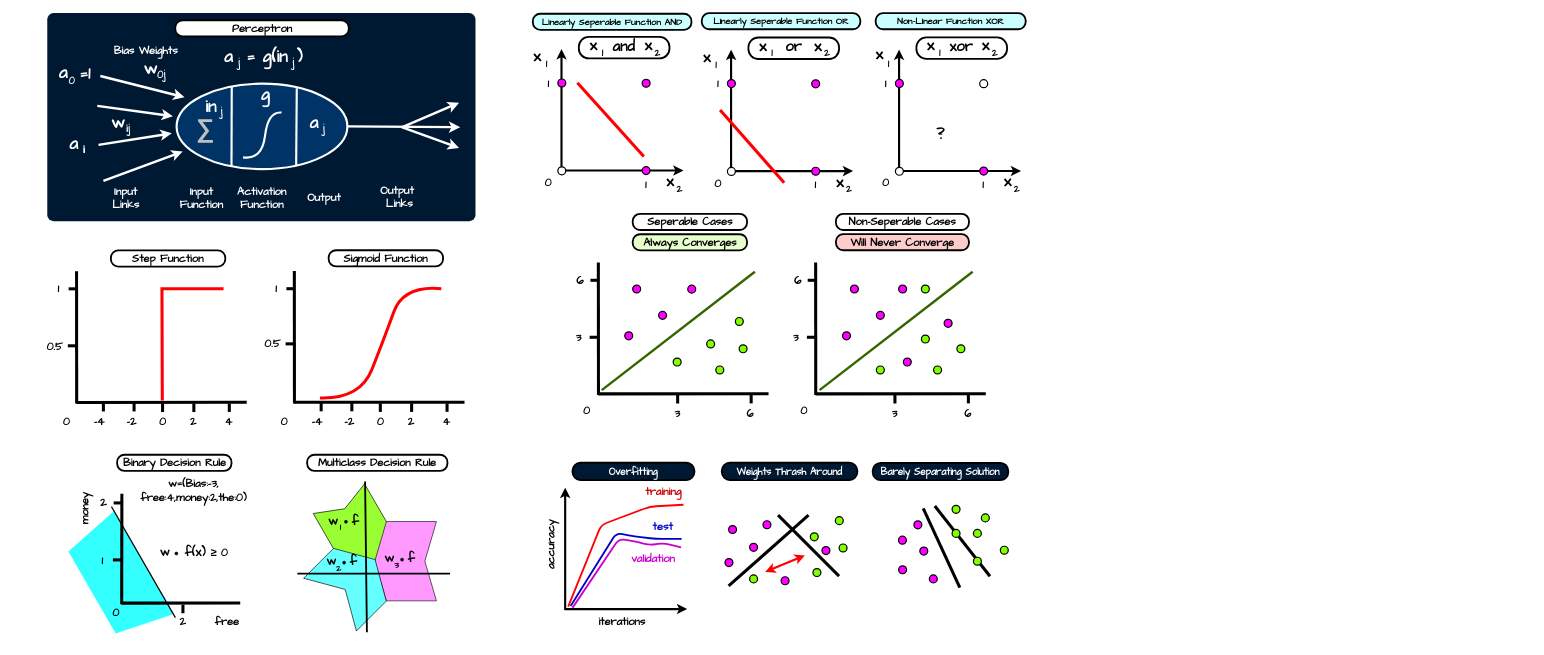
Above: Computer Science/Fundamentals of Artificial Intelligence/Module 06 Artificial Neural Networks/resources/Drawings.drawio in ByteToBits/CompScience (draw.io), before the change. Source tidied: cells renumbered, new cells numbered last; positions are measured from the earlier drawing's top-left corner, leaving out a move shared by most shapes. Both pictures are drawn from the tidied source at 61%, with x=0, y=0 at pixel (10, 13).
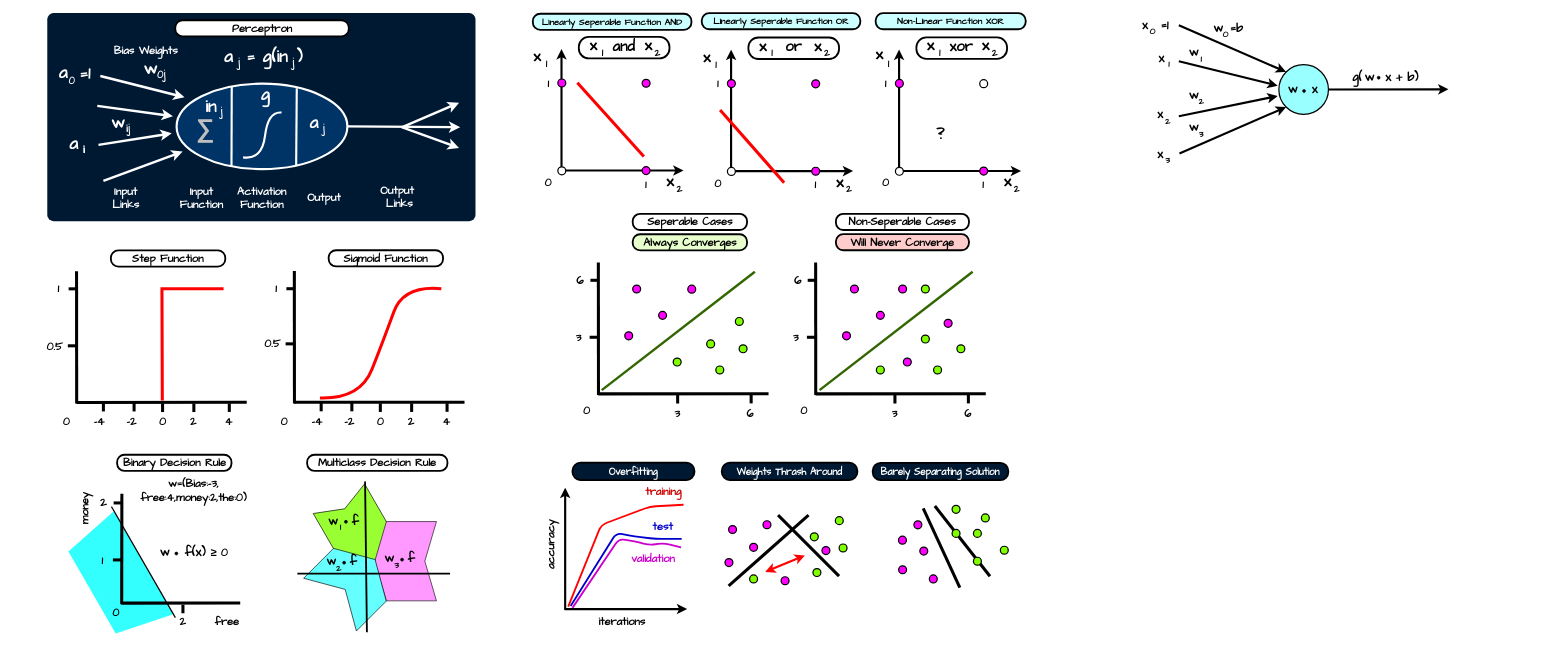
The same page after the edit.

Commit message (it also covers changes not shown here):
Artificial Neural Networks: Perceptron Work Example

The edit, as a diff of the source:
```diff
@@
+    <mxCell id="296" style="ellipse;whiteSpace=wrap;html=1;strokeWidth=2;fillColor=#99FFFF;" parent="1" vertex="1">
+      <mxGeometry x="2080" y="84.6" width="81.3" height="81.3" as="geometry" />
+    </mxCell>
+    <mxCell id="297" value="&lt;font style=&quot;font-size: 20px;&quot; face=&quot;Comic Sans MS&quot;&gt;&lt;b style=&quot;&quot;&gt;w&lt;/b&gt;&lt;/font&gt;" style="rounded=1;whiteSpace=wrap;html=1;fillColor=none;strokeColor=none;fontColor=#000000;arcSize=18;fontSize=18;" parent="1" vertex="1">
+      <mxGeometry x="2087.6" y="110.8" width="30" height="29" as="geometry" />
+    </mxCell>
+    <mxCell id="298" style="ellipse;whiteSpace=wrap;html=1;fillColor=#000000;" parent="1" vertex="1">
+      <mxGeometry x="2118.9" y="125.3" width="4.8" height="4.9" as="geometry" />
+    </mxCell>
+    <mxCell id="299" value="&lt;font face=&quot;Comic Sans MS&quot;&gt;&lt;b&gt;&lt;font style=&quot;font-size: 20px;&quot;&gt;x&lt;/font&gt;&lt;/b&gt;&lt;/font&gt;" style="rounded=1;whiteSpace=wrap;html=1;fillColor=none;strokeColor=none;fontColor=#000000;arcSize=18;fontSize=18;" parent="1" vertex="1">
+      <mxGeometry x="2123.6" y="110.8" width="30" height="29" as="geometry" />
+    </mxCell>
+    <mxCell id="300" style="endArrow=classic;html=1;rounded=0;strokeWidth=3.5;strokeColor=#000000;endFill=1;exitX=1;exitY=0.5;exitDx=0;exitDy=0;" parent="1" edge="1" source="296">
+      <mxGeometry relative="1" as="geometry">
+        <mxPoint x="2358" y="125" as="targetPoint" />
+      </mxGeometry>
+    </mxCell>
+    <mxCell id="301" style="endArrow=classic;html=1;rounded=0;strokeWidth=3.5;strokeColor=#000000;endFill=1;entryX=0;entryY=0;entryDx=0;entryDy=0;" parent="1" edge="1" target="296">
+      <mxGeometry relative="1" as="geometry">
+        <mxPoint x="1916" y="20" as="sourcePoint" />
+      </mxGeometry>
+    </mxCell>
+    <mxCell id="302" style="endArrow=classic;html=1;rounded=0;strokeWidth=3.5;strokeColor=#000000;endFill=1;" parent="1" edge="1">
+      <mxGeometry relative="1" as="geometry">
+        <mxPoint x="1916" y="79" as="sourcePoint" />
+        <mxPoint x="2078" y="119" as="targetPoint" />
+      </mxGeometry>
+    </mxCell>
+    <mxCell id="303" style="endArrow=classic;html=1;rounded=0;strokeWidth=3.5;strokeColor=#000000;endFill=1;" parent="1" edge="1">
+      <mxGeometry relative="1" as="geometry">
+        <mxPoint x="1916" y="169" as="sourcePoint" />
+        <mxPoint x="2078" y="136" as="targetPoint" />
+      </mxGeometry>
+    </mxCell>
+    <mxCell id="304" style="endArrow=classic;html=1;rounded=0;strokeWidth=3.5;strokeColor=#000000;endFill=1;entryX=0;entryY=1;entryDx=0;entryDy=0;" parent="1" edge="1" target="296">
+      <mxGeometry relative="1" as="geometry">
+        <mxPoint x="1917" y="230" as="sourcePoint" />
+      </mxGeometry>
+    </mxCell>
+    <mxCell id="305" style="group;" parent="1" vertex="1">
+      <mxGeometry x="2170" y="92" width="130" height="39.4" as="geometry" />
+    </mxCell>
+    <mxCell id="306" value="&lt;font style=&quot;font-size: 20px;&quot; face=&quot;Comic Sans MS&quot;&gt;&lt;b style=&quot;&quot;&gt;w&lt;/b&gt;&lt;/font&gt;" style="rounded=1;whiteSpace=wrap;html=1;fillColor=none;strokeColor=none;fontColor=#000000;arcSize=18;fontSize=18;" parent="305" vertex="1">
+      <mxGeometry x="44" y="-3" width="30" height="29" as="geometry" />
+    </mxCell>
+    <mxCell id="307" style="ellipse;whiteSpace=wrap;html=1;fillColor=#000000;" parent="305" vertex="1">
+      <mxGeometry x="71.2" y="11.5" width="4.8" height="4.9" as="geometry" />
+    </mxCell>
+    <mxCell id="308" value="&lt;font face=&quot;Comic Sans MS&quot;&gt;&lt;b&gt;&lt;font style=&quot;font-size: 20px;&quot;&gt;x + b)&lt;/font&gt;&lt;/b&gt;&lt;/font&gt;" style="rounded=1;whiteSpace=wrap;html=1;fillColor=none;strokeColor=none;fontColor=#000000;arcSize=18;fontSize=18;" parent="305" vertex="1">
+      <mxGeometry x="76" y="-3" width="72" height="29" as="geometry" />
+    </mxCell>
+    <mxCell id="309" value="&lt;font style=&quot;font-size: 20px;&quot; face=&quot;Comic Sans MS&quot;&gt;&lt;b style=&quot;&quot;&gt;g(&lt;/b&gt;&lt;/font&gt;" style="rounded=1;whiteSpace=wrap;html=1;fillColor=none;strokeColor=none;fontColor=#000000;arcSize=18;fontSize=18;" parent="305" vertex="1">
+      <mxGeometry x="24" y="-3" width="30" height="29" as="geometry" />
+    </mxCell>
+    <mxCell id="310" style="group;" parent="1" vertex="1">
+      <mxGeometry x="1963" y="9" width="80" height="39.4" as="geometry" />
+    </mxCell>
+    <mxCell id="311" value="&lt;font style=&quot;font-size: 15px;&quot; face=&quot;Comic Sans MS&quot;&gt;&lt;b style=&quot;&quot;&gt;0&lt;/b&gt;&lt;/font&gt;" style="rounded=1;whiteSpace=wrap;html=1;fillColor=none;strokeColor=none;fontColor=#000000;arcSize=18;fontSize=18;" parent="310" vertex="1">
+      <mxGeometry x="15" y="10.4" width="30" height="29" as="geometry" />
+    </mxCell>
+    <mxCell id="312" value="&lt;font style=&quot;font-size: 20px;&quot; face=&quot;Comic Sans MS&quot;&gt;&lt;b style=&quot;&quot;&gt;w&lt;/b&gt;&lt;/font&gt;" style="rounded=1;whiteSpace=wrap;html=1;fillColor=none;strokeColor=none;fontColor=#000000;arcSize=18;fontSize=18;" parent="310" vertex="1">
+      <mxGeometry x="3" width="30" height="29" as="geometry" />
+    </mxCell>
+    <mxCell id="313" value="&lt;font style=&quot;font-size: 20px;&quot; face=&quot;Comic Sans MS&quot;&gt;&lt;b style=&quot;&quot;&gt;=b&lt;/b&gt;&lt;/font&gt;" style="rounded=1;whiteSpace=wrap;html=1;fillColor=none;strokeColor=none;fontColor=#000000;arcSize=18;fontSize=18;" parent="310" vertex="1">
+      <mxGeometry x="31" width="34" height="29" as="geometry" />
+    </mxCell>
+    <mxCell id="314" style="group;" parent="1" vertex="1">
+      <mxGeometry x="1844" y="4" width="80" height="39.4" as="geometry" />
+    </mxCell>
+    <mxCell id="315" value="&lt;font style=&quot;font-size: 15px;&quot; face=&quot;Comic Sans MS&quot;&gt;&lt;b style=&quot;&quot;&gt;0&lt;/b&gt;&lt;/font&gt;" style="rounded=1;whiteSpace=wrap;html=1;fillColor=none;strokeColor=none;fontColor=#000000;arcSize=18;fontSize=18;" parent="314" vertex="1">
+      <mxGeometry x="14" y="10.4" width="30" height="29" as="geometry" />
+    </mxCell>
+    <mxCell id="316" value="&lt;font style=&quot;font-size: 20px;&quot; face=&quot;Comic Sans MS&quot;&gt;&lt;b style=&quot;&quot;&gt;x&lt;/b&gt;&lt;/font&gt;" style="rounded=1;whiteSpace=wrap;html=1;fillColor=none;strokeColor=none;fontColor=#000000;arcSize=18;fontSize=18;" parent="314" vertex="1">
+      <mxGeometry x="2" width="30" height="29" as="geometry" />
+    </mxCell>
+    <mxCell id="317" value="&lt;font style=&quot;font-size: 20px;&quot; face=&quot;Comic Sans MS&quot;&gt;&lt;b style=&quot;&quot;&gt;=1&lt;/b&gt;&lt;/font&gt;" style="rounded=1;whiteSpace=wrap;html=1;fillColor=none;strokeColor=none;fontColor=#000000;arcSize=18;fontSize=18;" parent="314" vertex="1">
+      <mxGeometry x="32" width="34" height="29" as="geometry" />
+    </mxCell>
+    <mxCell id="318" value="&lt;font style=&quot;font-size: 15px;&quot; face=&quot;Comic Sans MS&quot;&gt;&lt;b style=&quot;&quot;&gt;1&lt;/b&gt;&lt;/font&gt;" style="rounded=1;whiteSpace=wrap;html=1;fillColor=none;strokeColor=none;fontColor=#000000;arcSize=18;fontSize=18;" parent="1" vertex="1">
+      <mxGeometry x="1885" y="68.6" width="30" height="29" as="geometry" />
+    </mxCell>
+    <mxCell id="319" value="&lt;font style=&quot;font-size: 20px;&quot; face=&quot;Comic Sans MS&quot;&gt;&lt;b style=&quot;&quot;&gt;x&lt;/b&gt;&lt;/font&gt;" style="rounded=1;whiteSpace=wrap;html=1;fillColor=none;strokeColor=none;fontColor=#000000;arcSize=18;fontSize=18;" parent="1" vertex="1">
+      <mxGeometry x="1873" y="58.2" width="30" height="29" as="geometry" />
+    </mxCell>
+    <mxCell id="320" value="&lt;font style=&quot;font-size: 15px;&quot; face=&quot;Comic Sans MS&quot;&gt;&lt;b style=&quot;&quot;&gt;1&lt;/b&gt;&lt;/font&gt;" style="rounded=1;whiteSpace=wrap;html=1;fillColor=none;strokeColor=none;fontColor=#000000;arcSize=18;fontSize=18;" parent="1" vertex="1">
+      <mxGeometry x="1938" y="60" width="30" height="29" as="geometry" />
+    </mxCell>
+    <mxCell id="321" value="&lt;font style=&quot;font-size: 20px;&quot; face=&quot;Comic Sans MS&quot;&gt;&lt;b style=&quot;&quot;&gt;w&lt;/b&gt;&lt;/font&gt;" style="rounded=1;whiteSpace=wrap;html=1;fillColor=none;strokeColor=none;fontColor=#000000;arcSize=18;fontSize=18;" parent="1" vertex="1">
+      <mxGeometry x="1926" y="49.6" width="30" height="29" as="geometry" />
+    </mxCell>
+    <mxCell id="322" value="&lt;font style=&quot;font-size: 15px;&quot; face=&quot;Comic Sans MS&quot;&gt;&lt;b style=&quot;&quot;&gt;2&lt;/b&gt;&lt;/font&gt;" style="rounded=1;whiteSpace=wrap;html=1;fillColor=none;strokeColor=none;fontColor=#000000;arcSize=18;fontSize=18;" parent="1" vertex="1">
+      <mxGeometry x="1883" y="161.2" width="30" height="29" as="geometry" />
+    </mxCell>
+    <mxCell id="323" value="&lt;font style=&quot;font-size: 20px;&quot; face=&quot;Comic Sans MS&quot;&gt;&lt;b style=&quot;&quot;&gt;x&lt;/b&gt;&lt;/font&gt;" style="rounded=1;whiteSpace=wrap;html=1;fillColor=none;strokeColor=none;fontColor=#000000;arcSize=18;fontSize=18;" parent="1" vertex="1">
+      <mxGeometry x="1871" y="150.8" width="30" height="29" as="geometry" />
+    </mxCell>
+    <mxCell id="324" value="&lt;font style=&quot;font-size: 15px;&quot; face=&quot;Comic Sans MS&quot;&gt;&lt;b style=&quot;&quot;&gt;2&lt;/b&gt;&lt;/font&gt;" style="rounded=1;whiteSpace=wrap;html=1;fillColor=none;strokeColor=none;fontColor=#000000;arcSize=18;fontSize=18;" parent="1" vertex="1">
+      <mxGeometry x="1938" y="129.5" width="30" height="29" as="geometry" />
+    </mxCell>
+    <mxCell id="325" value="&lt;font style=&quot;font-size: 20px;&quot; face=&quot;Comic Sans MS&quot;&gt;&lt;b style=&quot;&quot;&gt;w&lt;/b&gt;&lt;/font&gt;" style="rounded=1;whiteSpace=wrap;html=1;fillColor=none;strokeColor=none;fontColor=#000000;arcSize=18;fontSize=18;" parent="1" vertex="1">
+      <mxGeometry x="1926" y="119.1" width="30" height="29" as="geometry" />
+    </mxCell>
+    <mxCell id="326" value="&lt;font style=&quot;font-size: 15px;&quot; face=&quot;Comic Sans MS&quot;&gt;&lt;b style=&quot;&quot;&gt;3&lt;/b&gt;&lt;/font&gt;" style="rounded=1;whiteSpace=wrap;html=1;fillColor=none;strokeColor=none;fontColor=#000000;arcSize=18;fontSize=18;" parent="1" vertex="1">
+      <mxGeometry x="1883" y="226.7" width="30" height="29" as="geometry" />
+    </mxCell>
+    <mxCell id="327" value="&lt;font style=&quot;font-size: 20px;&quot; face=&quot;Comic Sans MS&quot;&gt;&lt;b style=&quot;&quot;&gt;x&lt;/b&gt;&lt;/font&gt;" style="rounded=1;whiteSpace=wrap;html=1;fillColor=none;strokeColor=none;fontColor=#000000;arcSize=18;fontSize=18;" parent="1" vertex="1">
+      <mxGeometry x="1871" y="216.3" width="30" height="29" as="geometry" />
+    </mxCell>
+    <mxCell id="328" value="&lt;font style=&quot;font-size: 15px;&quot; face=&quot;Comic Sans MS&quot;&gt;&lt;b style=&quot;&quot;&gt;3&lt;/b&gt;&lt;/font&gt;" style="rounded=1;whiteSpace=wrap;html=1;fillColor=none;strokeColor=none;fontColor=#000000;arcSize=18;fontSize=18;" parent="1" vertex="1">
+      <mxGeometry x="1938" y="183" width="30" height="29" as="geometry" />
+    </mxCell>
+    <mxCell id="329" value="&lt;font style=&quot;font-size: 20px;&quot; face=&quot;Comic Sans MS&quot;&gt;&lt;b style=&quot;&quot;&gt;w&lt;/b&gt;&lt;/font&gt;" style="rounded=1;whiteSpace=wrap;html=1;fillColor=none;strokeColor=none;fontColor=#000000;arcSize=18;fontSize=18;" parent="1" vertex="1">
+      <mxGeometry x="1926" y="172.6" width="30" height="29" as="geometry" />
+    </mxCell>
+    <mxCell id="330" value="&lt;div style=&quot;text-align: justify;&quot;&gt;&lt;br&gt;&lt;/div&gt;" style="rounded=1;whiteSpace=wrap;html=1;fillColor=none;strokeColor=none;fontColor=#FFFFFF;arcSize=7;fontSize=16;spacing=15;" parent="1" vertex="1">
+      <mxGeometry x="1717" y="-4" width="120" height="263" as="geometry" />
+    </mxCell>
+    <mxCell id="331" value="&lt;div style=&quot;text-align: justify;&quot;&gt;&lt;br&gt;&lt;/div&gt;" style="rounded=1;whiteSpace=wrap;html=1;fillColor=none;strokeColor=none;fontColor=#FFFFFF;arcSize=7;fontSize=16;spacing=15;" parent="1" vertex="1">
+      <mxGeometry x="2377" y="-3.8" width="120" height="263" as="geometry" />
+    </mxCell>
```
